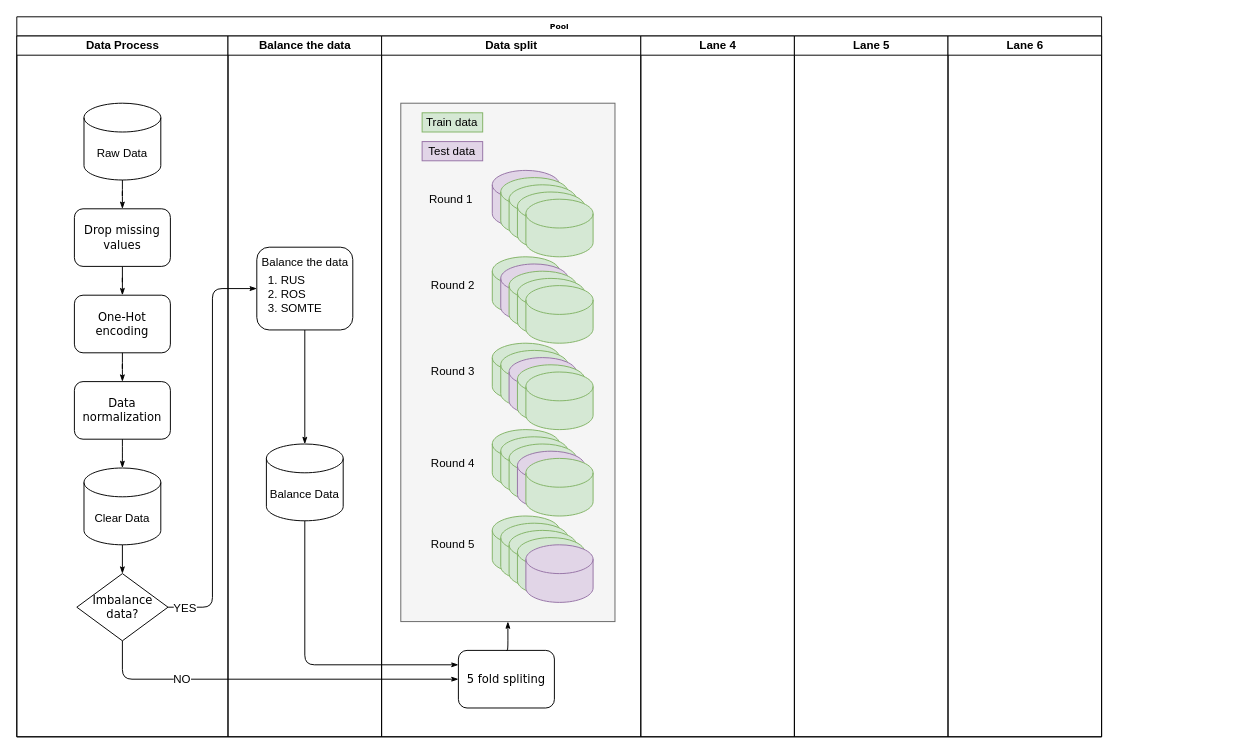
Earlier version of the draw.io diagram Untitled Diagram.drawio (puresummersky/ML_web). Source tidied: cells renumbered, new cells numbered last; positions are measured from the earlier drawing's top-left corner, leaving out a move shared by most shapes. Both pictures are drawn from the tidied source at 96%, with x=0, y=0 at pixel (16, 16).
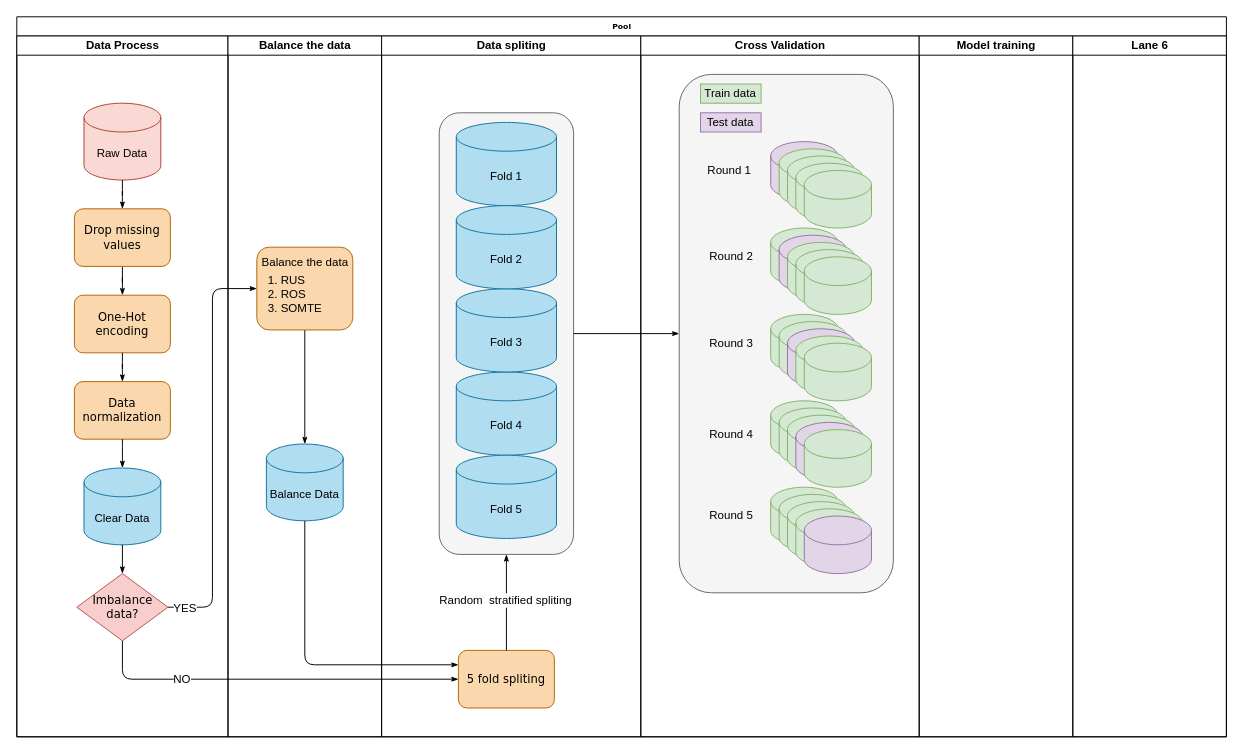
The same page after the edit.

Commit message:
cross validation

The change refers to these unchanged cells:
```xml
<mxCell id="3" value="Data Process" style="swimlane;html=1;startSize=20;" parent="2" vertex="1">
  <mxGeometry y="20" width="220" height="730" as="geometry" />
</mxCell>
<mxCell id="15" value="Balance the data" style="swimlane;html=1;startSize=20;" parent="2" vertex="1">
  <mxGeometry x="220" y="20" width="160" height="730" as="geometry" />
</mxCell>
<mxCell id="28" style="group;" parent="24" vertex="1">
  <mxGeometry x="95.3" y="70" width="105" height="450" as="geometry" />
</mxCell>
<mxCell id="41" style="shape=cylinder3;whiteSpace=wrap;html=1;boundedLbl=1;backgroundOutline=1;size=15;fillColor=#e1d5e7;strokeColor=#9673a6;" parent="28" vertex="1">
  <mxGeometry x="17.5" y="195" width="70" height="60" as="geometry" />
</mxCell>
<mxCell id="42" style="shape=cylinder3;whiteSpace=wrap;html=1;boundedLbl=1;backgroundOutline=1;size=15;fillColor=#d5e8d4;strokeColor=#82b366;" parent="28" vertex="1">
  <mxGeometry x="26.2" y="202.5" width="70" height="60" as="geometry" />
</mxCell>
```

Change to the diagram source:
```diff
@@
     <mxCell id="2" value="Pool" style="swimlane;html=1;startSize=20;rounded=0;shadow=0;labelBackgroundColor=none;strokeWidth=1;fontFamily=Verdana;fontSize=8;align=center;" parent="1" vertex="1">
-      <mxGeometry width="1130" height="750" as="geometry" />
+      <mxGeometry width="1260" height="750" as="geometry" />
     </mxCell>
@@
-    <mxCell id="4" value="&lt;div&gt;Raw Data&lt;/div&gt;" style="shape=cylinder3;whiteSpace=wrap;html=1;boundedLbl=1;backgroundOutline=1;size=15;" parent="3" vertex="1">
+    <mxCell id="4" value="&lt;div&gt;Raw Data&lt;/div&gt;" style="shape=cylinder3;whiteSpace=wrap;html=1;boundedLbl=1;backgroundOutline=1;size=15;fillColor=#fad9d5;strokeColor=#ae4132;" parent="3" vertex="1">
       <mxGeometry x="70" y="70" width="80" height="80" as="geometry" />
     </mxCell>
-    <mxCell id="5" value="One-Hot encoding" style="rounded=1;whiteSpace=wrap;html=1;shadow=0;labelBackgroundColor=none;strokeWidth=1;fontFamily=Verdana;fontSize=12;align=center;" parent="3" vertex="1">
+    <mxCell id="5" value="One-Hot encoding" style="rounded=1;whiteSpace=wrap;html=1;shadow=0;labelBackgroundColor=none;strokeWidth=1;fontFamily=Verdana;fontSize=12;align=center;fillColor=#fad7ac;strokeColor=#b46504;" parent="3" vertex="1">
       <mxGeometry x="60" y="270" width="100" height="60" as="geometry" />
     </mxCell>
@@
-    <mxCell id="7" value="Data normalization" style="rounded=1;whiteSpace=wrap;html=1;shadow=0;labelBackgroundColor=none;strokeWidth=1;fontFamily=Verdana;fontSize=12;align=center;" parent="3" vertex="1">
+    <mxCell id="7" value="Data normalization" style="rounded=1;whiteSpace=wrap;html=1;shadow=0;labelBackgroundColor=none;strokeWidth=1;fontFamily=Verdana;fontSize=12;align=center;fillColor=#fad7ac;strokeColor=#b46504;" parent="3" vertex="1">
       <mxGeometry x="60" y="360" width="100" height="60" as="geometry" />
     </mxCell>
@@
-    <mxCell id="9" value="Drop missing values" style="rounded=1;whiteSpace=wrap;html=1;shadow=0;labelBackgroundColor=none;strokeWidth=1;fontFamily=Verdana;fontSize=12;align=center;" parent="3" vertex="1">
+    <mxCell id="9" value="Drop missing values" style="rounded=1;whiteSpace=wrap;html=1;shadow=0;labelBackgroundColor=none;strokeWidth=1;fontFamily=Verdana;fontSize=12;align=center;fillColor=#fad7ac;strokeColor=#b46504;" parent="3" vertex="1">
       <mxGeometry x="60" y="180" width="100" height="60" as="geometry" />
     </mxCell>
@@
-    <mxCell id="11" value="&lt;div&gt;Clear Data&lt;/div&gt;" style="shape=cylinder3;whiteSpace=wrap;html=1;boundedLbl=1;backgroundOutline=1;size=15;" parent="3" vertex="1">
+    <mxCell id="11" value="&lt;div&gt;Clear Data&lt;/div&gt;" style="shape=cylinder3;whiteSpace=wrap;html=1;boundedLbl=1;backgroundOutline=1;size=15;fillColor=#b1ddf0;strokeColor=#10739e;" parent="3" vertex="1">
       <mxGeometry x="70" y="450" width="80" height="80" as="geometry" />
     </mxCell>
@@
-    <mxCell id="13" value="Imbalance data?" style="rhombus;whiteSpace=wrap;html=1;rounded=0;shadow=0;labelBackgroundColor=none;strokeWidth=1;fontFamily=Verdana;fontSize=12;align=center;" parent="3" vertex="1">
+    <mxCell id="13" value="Imbalance data?" style="rhombus;whiteSpace=wrap;html=1;rounded=0;shadow=0;labelBackgroundColor=none;strokeWidth=1;fontFamily=Verdana;fontSize=12;align=center;fillColor=#f8cecc;strokeColor=#b85450;" parent="3" vertex="1">
       <mxGeometry x="62.5" y="560" width="95" height="70" as="geometry" />
     </mxCell>
@@
-    <mxCell id="16" value="&lt;div&gt;Balance Data&lt;/div&gt;" style="shape=cylinder3;whiteSpace=wrap;html=1;boundedLbl=1;backgroundOutline=1;size=15;" parent="15" vertex="1">
+    <mxCell id="16" value="&lt;div&gt;Balance Data&lt;/div&gt;" style="shape=cylinder3;whiteSpace=wrap;html=1;boundedLbl=1;backgroundOutline=1;size=15;fillColor=#b1ddf0;strokeColor=#10739e;" parent="15" vertex="1">
       <mxGeometry x="40" y="425" width="80" height="80" as="geometry" />
     </mxCell>
@@
-    <mxCell id="18" style="group;" parent="15" vertex="1">
-      <mxGeometry x="25" y="220" width="110" height="86.2" as="geometry" />
-    </mxCell>
-    <mxCell id="19" style="rounded=1;whiteSpace=wrap;html=1;shadow=0;labelBackgroundColor=none;strokeWidth=1;fontFamily=Verdana;fontSize=12;align=center;" parent="18" vertex="1">
-      <mxGeometry x="5" width="100" height="86.2" as="geometry" />
+    <mxCell id="19" style="rounded=1;whiteSpace=wrap;html=1;shadow=0;labelBackgroundColor=none;strokeWidth=1;fontFamily=Verdana;fontSize=12;align=center;fillColor=#fad7ac;strokeColor=#b46504;" parent="15" vertex="1">
+      <mxGeometry x="30" y="220" width="100" height="86.2" as="geometry" />
     </mxCell>
-    <mxCell id="20" value="Balance the data" style="text;html=1;align=center;verticalAlign=middle;strokeColor=none;fillColor=none;fontSize=12;" parent="18" vertex="1">
-      <mxGeometry y="5.6" width="110" height="20" as="geometry" />
+    <mxCell id="20" value="Balance the data" style="text;html=1;align=center;verticalAlign=middle;strokeColor=none;fillColor=none;fontSize=12;" parent="15" vertex="1">
+      <mxGeometry x="25" y="225.6" width="110" height="20" as="geometry" />
     </mxCell>
-    <mxCell id="21" value="&lt;div align=&quot;left&quot;&gt;1. RUS&lt;br&gt;&lt;/div&gt;&lt;div align=&quot;left&quot;&gt;2. ROS&lt;/div&gt;&lt;div align=&quot;left&quot;&gt;3. SOMTE&lt;br&gt;&lt;/div&gt;" style="text;html=1;align=left;verticalAlign=middle;strokeColor=none;fillColor=none;fontSize=12;" parent="18" vertex="1">
-      <mxGeometry x="15" y="23.5" width="70" height="50" as="geometry" />
+    <mxCell id="21" value="&lt;div align=&quot;left&quot;&gt;1. RUS&lt;br&gt;&lt;/div&gt;&lt;div align=&quot;left&quot;&gt;2. ROS&lt;/div&gt;&lt;div align=&quot;left&quot;&gt;3. SOMTE&lt;br&gt;&lt;/div&gt;" style="text;html=1;align=left;verticalAlign=middle;strokeColor=none;fillColor=none;fontSize=12;" parent="15" vertex="1">
+      <mxGeometry x="40" y="243.5" width="70" height="50" as="geometry" />
     </mxCell>
-    <mxCell id="22" value="&lt;div&gt;Data split&lt;/div&gt;" style="swimlane;html=1;startSize=20;" parent="2" vertex="1">
+    <mxCell id="22" value="&lt;div&gt;Data spliting&lt;/div&gt;" style="swimlane;html=1;startSize=20;rounded=0;" parent="2" vertex="1">
       <mxGeometry x="380" y="20" width="270" height="730" as="geometry" />
     </mxCell>
+    <mxCell id="68" style="rounded=1;whiteSpace=wrap;html=1;fontSize=12;strokeWidth=1;fillColor=#f5f5f5;fontColor=#333333;strokeColor=#666666;" parent="22" vertex="1">
+      <mxGeometry x="60" y="80" width="140" height="460" as="geometry" />
+    </mxCell>
-    <mxCell id="23" value="5 fold spliting" style="rounded=1;whiteSpace=wrap;html=1;shadow=0;labelBackgroundColor=none;strokeWidth=1;fontFamily=Verdana;fontSize=12;align=center;" parent="22" vertex="1">
+    <mxCell id="23" value="5 fold spliting" style="rounded=1;whiteSpace=wrap;html=1;shadow=0;labelBackgroundColor=none;strokeWidth=1;fontFamily=Verdana;fontSize=12;align=center;fillColor=#fad7ac;strokeColor=#b46504;" parent="22" vertex="1">
       <mxGeometry x="80" y="640" width="100" height="60" as="geometry" />
     </mxCell>
+    <mxCell id="69" value="Fold 4" style="shape=cylinder3;whiteSpace=wrap;html=1;boundedLbl=1;backgroundOutline=1;size=15;fillColor=#b1ddf0;strokeColor=#10739e;" parent="22" vertex="1">
+      <mxGeometry x="77.8" y="350" width="104.4" height="86.7" as="geometry" />
+    </mxCell>
+    <mxCell id="70" value="Fold 3" style="shape=cylinder3;whiteSpace=wrap;html=1;boundedLbl=1;backgroundOutline=1;size=15;fillColor=#b1ddf0;strokeColor=#10739e;" parent="22" vertex="1">
+      <mxGeometry x="77.8" y="263.3" width="104.4" height="86.7" as="geometry" />
+    </mxCell>
+    <mxCell id="71" value="Fold 1" style="shape=cylinder3;whiteSpace=wrap;html=1;boundedLbl=1;backgroundOutline=1;size=15;fillColor=#b1ddf0;strokeColor=#10739e;" parent="22" vertex="1">
+      <mxGeometry x="77.8" y="90" width="104.4" height="86.7" as="geometry" />
+    </mxCell>
+    <mxCell id="72" value="Fold 2" style="shape=cylinder3;whiteSpace=wrap;html=1;boundedLbl=1;backgroundOutline=1;size=15;fillColor=#b1ddf0;strokeColor=#10739e;" parent="22" vertex="1">
+      <mxGeometry x="77.8" y="176.7" width="104.4" height="86.7" as="geometry" />
+    </mxCell>
+    <mxCell id="73" value="Fold 5" style="shape=cylinder3;whiteSpace=wrap;html=1;boundedLbl=1;backgroundOutline=1;size=15;fillColor=#b1ddf0;strokeColor=#10739e;" parent="22" vertex="1">
+      <mxGeometry x="77.8" y="436.7" width="104.4" height="86.7" as="geometry" />
+    </mxCell>
+    <mxCell id="74" style="edgeStyle=orthogonalEdgeStyle;rounded=1;html=1;labelBackgroundColor=none;startArrow=none;startFill=0;startSize=5;endArrow=classicThin;endFill=1;endSize=5;jettySize=auto;strokeWidth=1;fontFamily=Verdana;fontSize=8;entryX=0.5;entryY=1;entryDx=0;entryDy=0;exitX=0.5;exitY=0;exitDx=0;exitDy=0;" parent="22" edge="1" source="23" target="68">
+      <mxGeometry relative="1" as="geometry" />
+    </mxCell>
+    <mxCell id="75" value="Random&amp;nbsp; stratified spliting" style="edgeLabel;html=1;align=center;verticalAlign=middle;fontSize=12;" parent="74" vertex="1">
+      <mxGeometry x="0.06" y="2" relative="1" as="geometry" />
+    </mxCell>
+    <mxCell id="60" value="Cross Validation" style="swimlane;html=1;startSize=20;" parent="2" vertex="1">
+      <mxGeometry x="650" y="20" width="290" height="730" as="geometry" />
+    </mxCell>
-    <mxCell id="24" style="group;" parent="22" vertex="1">
-      <mxGeometry x="20" y="70" width="223.1" height="540" as="geometry" />
+    <mxCell id="24" style="group;strokeColor=none;rounded=0;glass=0;shadow=0;" parent="60" vertex="1">
+      <mxGeometry x="40" y="40" width="223.1" height="540" as="geometry" />
     </mxCell>
-    <mxCell id="25" style="rounded=0;whiteSpace=wrap;html=1;fontSize=12;strokeWidth=1;fillColor=#f5f5f5;fontColor=#333333;strokeColor=#666666;" parent="24" vertex="1">
+    <mxCell id="25" style="rounded=1;whiteSpace=wrap;html=1;fontSize=12;strokeWidth=1;sketch=0;fillColor=#f5f5f5;fontColor=#333333;strokeColor=#666666;" parent="24" vertex="1">
       <mxGeometry width="223.1" height="540" as="geometry" />
     </mxCell>
@@
+    <mxCell id="76" style="edgeStyle=orthogonalEdgeStyle;rounded=0;jettySize=auto;html=1;exitX=0;exitY=0;exitDx=0;exitDy=37.5;exitPerimeter=0;entryX=0;entryY=0;entryDx=0;entryDy=15;entryPerimeter=0;fontSize=12;" parent="28" edge="1" source="41" target="42">
+      <mxGeometry relative="1" as="geometry" />
+    </mxCell>
@@
-    <mxCell id="59" style="edgeStyle=orthogonalEdgeStyle;rounded=1;html=1;labelBackgroundColor=none;startArrow=none;startFill=0;startSize=5;endArrow=classicThin;endFill=1;endSize=5;jettySize=auto;strokeWidth=1;fontFamily=Verdana;fontSize=8;entryX=0.5;entryY=1;entryDx=0;entryDy=0;exitX=0.5;exitY=0;exitDx=0;exitDy=0;" parent="22" edge="1" source="23" target="25">
-      <mxGeometry relative="1" as="geometry" />
-    </mxCell>
-    <mxCell id="60" value="Lane 4" style="swimlane;html=1;startSize=20;" parent="2" vertex="1">
-      <mxGeometry x="650" y="20" width="160" height="730" as="geometry" />
-    </mxCell>
-    <mxCell id="61" value="Lane 5" style="swimlane;html=1;startSize=20;" parent="2" vertex="1">
-      <mxGeometry x="810" y="20" width="160" height="730" as="geometry" />
+    <mxCell id="61" value="Model training" style="swimlane;html=1;startSize=20;" parent="2" vertex="1">
+      <mxGeometry x="940" y="20" width="160" height="730" as="geometry" />
     </mxCell>
     <mxCell id="62" value="Lane 6" style="swimlane;html=1;startSize=20;" parent="2" vertex="1">
-      <mxGeometry x="970" y="20" width="160" height="730" as="geometry" />
+      <mxGeometry x="1100" y="20" width="160" height="730" as="geometry" />
     </mxCell>
@@
+    <mxCell id="77" style="edgeStyle=orthogonalEdgeStyle;rounded=1;html=1;labelBackgroundColor=none;startArrow=none;startFill=0;startSize=5;endArrow=classicThin;endFill=1;endSize=5;jettySize=auto;strokeWidth=1;fontFamily=Verdana;fontSize=8;entryX=0;entryY=0.5;entryDx=0;entryDy=0;exitX=1;exitY=0.5;exitDx=0;exitDy=0;" parent="2" edge="1" source="68" target="25">
+      <mxGeometry relative="1" as="geometry" />
+    </mxCell>
```
